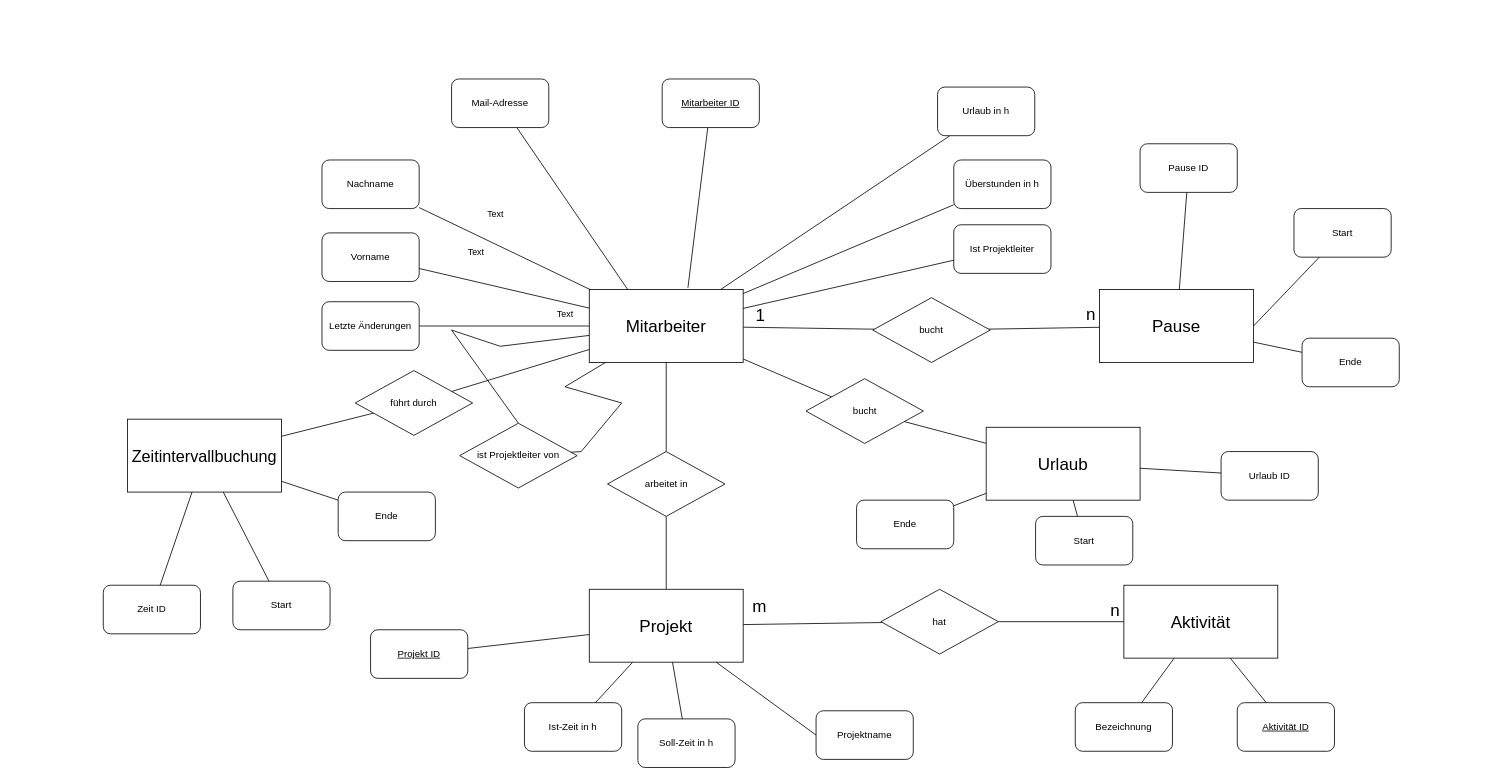
Earlier version of the draw.io diagram Untitled Diagram.drawio (advocatecoding/SoPra_Team12). Source tidied: cells renumbered, new cells numbered last; positions are measured from the earlier drawing's top-left corner, leaving out a move shared by most shapes. Both pictures are drawn from the tidied source at 81%, with x=0, y=0 at pixel (103, 79).
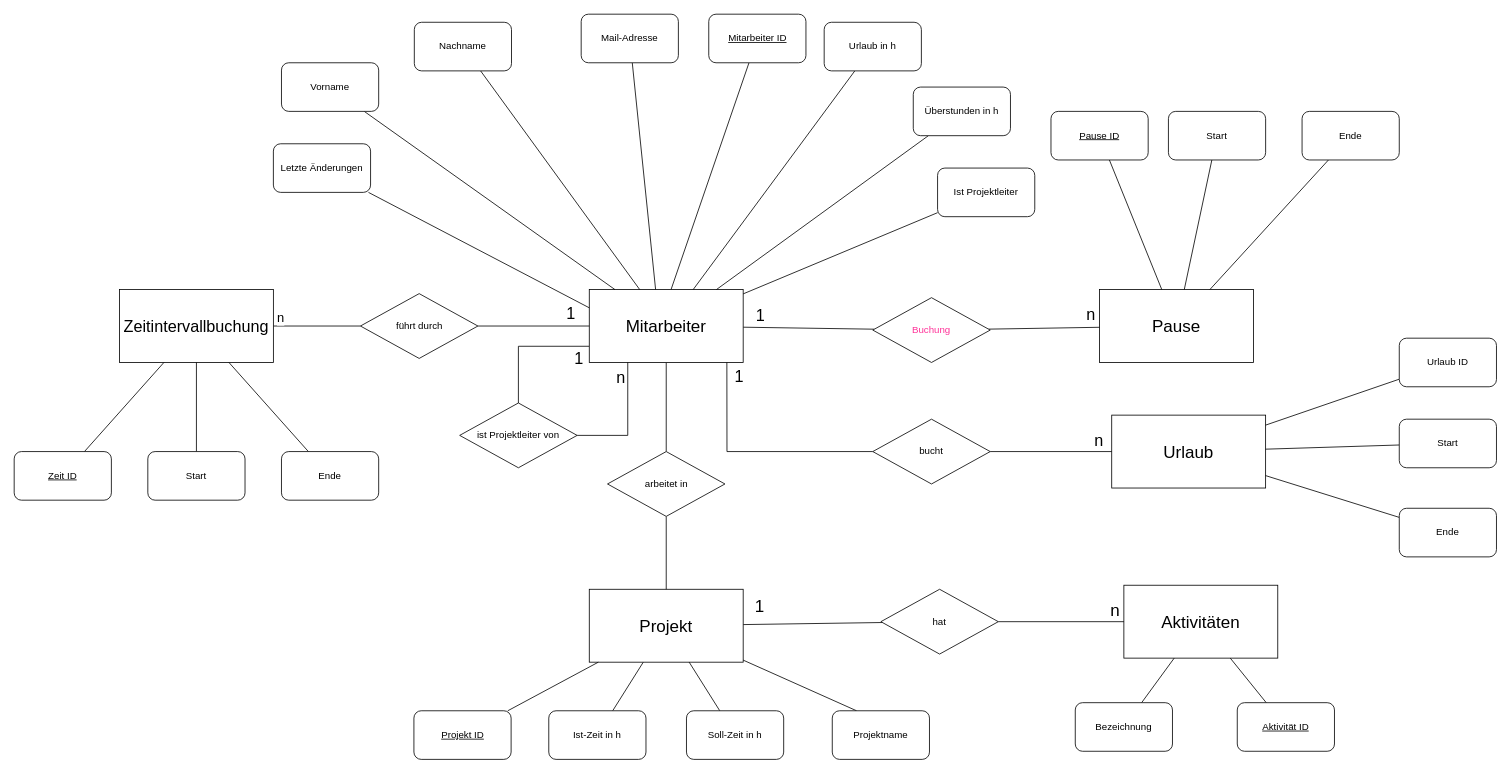
The same diagram, later.

The change refers to these unchanged cells:
```xml
<mxCell id="5" style="edgeStyle=none;rounded=0;jettySize=auto;html=1;fontSize=21;endArrow=none;endFill=0;" parent="1" edge="1" source="9" target="54">
  <mxGeometry relative="1" as="geometry" />
</mxCell>
<mxCell id="8" style="edgeStyle=none;rounded=0;jettySize=auto;html=1;fontSize=20;endArrow=none;endFill=0;startArrow=none;" parent="1" edge="1" source="78" target="71">
  <mxGeometry relative="1" as="geometry" />
</mxCell>
<mxCell id="9" value="&lt;font style=&quot;font-size: 21px&quot;&gt;Mitarbeiter&lt;/font&gt;" style="rounded=0;whiteSpace=wrap;html=1;" parent="1" vertex="1">
  <mxGeometry x="600" y="260" width="190" height="90" as="geometry" />
</mxCell>
<mxCell id="10" style="rounded=0;jettySize=auto;html=1;endArrow=none;endFill=0;" parent="1" edge="1" source="12" target="9">
  <mxGeometry relative="1" as="geometry" />
</mxCell>
<mxCell id="13" style="rounded=0;jettySize=auto;html=1;endArrow=none;endFill=0;" parent="1" edge="1" source="16" target="9">
  <mxGeometry relative="1" as="geometry" />
</mxCell>
<mxCell id="32" style="edgeStyle=none;rounded=0;jettySize=auto;html=1;fontSize=21;endArrow=none;endFill=0;" parent="1" edge="1" source="34" target="47">
  <mxGeometry relative="1" as="geometry" />
</mxCell>
<mxCell id="34" value="&lt;font style=&quot;font-size: 21px&quot;&gt;Projekt&lt;/font&gt;" style="rounded=0;whiteSpace=wrap;html=1;" parent="1" vertex="1">
  <mxGeometry x="600" y="630" width="190" height="90" as="geometry" />
</mxCell>
<mxCell id="37" value="&lt;font style=&quot;font-size: 21px&quot;&gt;Pause&lt;/font&gt;" style="rounded=0;whiteSpace=wrap;html=1;" parent="1" vertex="1">
  <mxGeometry x="1230" y="260" width="190" height="90" as="geometry" />
</mxCell>
<mxCell id="79" style="edgeStyle=none;rounded=0;jettySize=auto;html=1;fontSize=20;endArrow=none;endFill=0;" parent="1" edge="1" source="9" target="78">
  <mxGeometry relative="1" as="geometry" />
</mxCell>
```

Diff of the diagram source:
```diff
@@
-    <mxCell id="2" style="edgeStyle=none;rounded=0;jettySize=auto;html=1;entryX=0.5;entryY=0;entryDx=0;entryDy=0;fontSize=21;endArrow=none;endFill=0;" parent="1" edge="1" source="9" target="28">
-      <mxGeometry relative="1" as="geometry">
-        <Array as="points">
-          <mxPoint x="490" y="330" />
-          <mxPoint x="430" y="310" />
-        </Array>
-      </mxGeometry>
-    </mxCell>
-    <mxCell id="3" style="edgeStyle=none;rounded=0;jettySize=auto;html=1;fontSize=21;endArrow=none;endFill=0;" parent="1" edge="1" source="9" target="28">
-      <mxGeometry relative="1" as="geometry">
-        <Array as="points">
-          <mxPoint x="570" y="380" />
-          <mxPoint x="640" y="400" />
-          <mxPoint x="590" y="460" />
-        </Array>
-      </mxGeometry>
-    </mxCell>
@@
-    <mxCell id="6" value="1" style="edgeLabel;html=1;align=center;verticalAlign=middle;fontSize=21;" parent="5" vertex="1">
+    <mxCell id="6" value="1" style="edgeLabel;html=1;align=center;verticalAlign=middle;fontSize=20;" parent="5" vertex="1">
       <mxGeometry x="-0.51" y="1" relative="1" as="geometry">
         <mxPoint x="-20" y="-16" as="offset" />
       </mxGeometry>
     </mxCell>
-    <mxCell id="7" style="edgeStyle=none;rounded=0;jettySize=auto;html=1;fontSize=21;endArrow=none;endFill=0;" parent="1" edge="1" source="9" target="58">
-      <mxGeometry relative="1" as="geometry" />
+    <mxCell id="7" style="edgeStyle=none;rounded=0;jettySize=auto;html=1;fontSize=21;endArrow=none;endFill=0;exitX=0.894;exitY=0.987;exitDx=0;exitDy=0;exitPerimeter=0;entryX=0;entryY=0.5;entryDx=0;entryDy=0;" parent="1" edge="1" source="9" target="58">
+      <mxGeometry relative="1" as="geometry">
+        <Array as="points">
+          <mxPoint x="770" y="460" />
+        </Array>
+      </mxGeometry>
     </mxCell>
@@
+    <mxCell id="80" value="n" style="edgeLabel;html=1;align=center;verticalAlign=middle;fontSize=16;" parent="8" vertex="1">
+      <mxGeometry x="0.78" y="-1" relative="1" as="geometry">
+        <mxPoint x="-3" y="-10" as="offset" />
+      </mxGeometry>
+    </mxCell>
+    <mxCell id="81" style="edgeStyle=orthogonalEdgeStyle;rounded=0;jettySize=auto;html=1;entryX=0.5;entryY=0;entryDx=0;entryDy=0;endArrow=none;endFill=0;" parent="1" edge="1" source="9" target="28">
+      <mxGeometry relative="1" as="geometry">
+        <Array as="points">
+          <mxPoint x="513" y="330" />
+        </Array>
+      </mxGeometry>
+    </mxCell>
+    <mxCell id="82" value="1" style="edgeLabel;html=1;align=center;verticalAlign=middle;fontSize=20;" parent="81" vertex="1">
+      <mxGeometry x="-0.76" y="1" relative="1" as="geometry">
+        <mxPoint x="5" y="12" as="offset" />
+      </mxGeometry>
+    </mxCell>
@@
-    <mxCell id="11" value="Text" style="edgeLabel;html=1;align=center;verticalAlign=middle;" parent="10" vertex="1">
-      <mxGeometry x="-0.34" y="3" relative="1" as="geometry">
-        <mxPoint y="-34" as="offset" />
-      </mxGeometry>
-    </mxCell>
     <mxCell id="12" value="Vorname" style="rounded=1;whiteSpace=wrap;html=1;" parent="1" vertex="1">
-      <mxGeometry x="270" y="190" width="120" height="60" as="geometry" />
+      <mxGeometry x="220" y="-20" width="120" height="60" as="geometry" />
     </mxCell>
@@
-    <mxCell id="14" value="Text" style="edgeLabel;html=1;align=center;verticalAlign=middle;" parent="13" vertex="1">
-      <mxGeometry x="-0.34" y="3" relative="1" as="geometry">
-        <mxPoint x="23" y="-23" as="offset" />
-      </mxGeometry>
-    </mxCell>
-    <mxCell id="15" value="Text" style="edgeLabel;html=1;align=center;verticalAlign=middle;" parent="13" vertex="1">
-      <mxGeometry x="0.23" y="-2" relative="1" as="geometry">
-        <mxPoint x="51" y="67" as="offset" />
-      </mxGeometry>
-    </mxCell>
     <mxCell id="16" value="Nachname" style="rounded=1;whiteSpace=wrap;html=1;" parent="1" vertex="1">
-      <mxGeometry x="270" y="100" width="120" height="60" as="geometry" />
+      <mxGeometry x="384" y="-70" width="120" height="60" as="geometry" />
     </mxCell>
-    <mxCell id="17" style="edgeStyle=none;rounded=0;jettySize=auto;html=1;entryX=0.25;entryY=0;entryDx=0;entryDy=0;endArrow=none;endFill=0;" parent="1" edge="1" source="18" target="9">
+    <mxCell id="17" style="edgeStyle=none;rounded=0;jettySize=auto;html=1;entryX=0.431;entryY=-0.001;entryDx=0;entryDy=0;endArrow=none;endFill=0;entryPerimeter=0;" parent="1" edge="1" source="18" target="9">
       <mxGeometry relative="1" as="geometry" />
     </mxCell>
     <mxCell id="18" value="Mail-Adresse" style="rounded=1;whiteSpace=wrap;html=1;" parent="1" vertex="1">
-      <mxGeometry x="430" width="120" height="60" as="geometry" />
+      <mxGeometry x="590" y="-80" width="120" height="60" as="geometry" />
     </mxCell>
-    <mxCell id="19" style="edgeStyle=none;rounded=0;jettySize=auto;html=1;entryX=0.641;entryY=-0.024;entryDx=0;entryDy=0;endArrow=none;endFill=0;entryPerimeter=0;" parent="1" edge="1" source="20" target="9">
+    <mxCell id="19" style="edgeStyle=none;rounded=0;jettySize=auto;html=1;entryX=0.532;entryY=-0.004;entryDx=0;entryDy=0;endArrow=none;endFill=0;entryPerimeter=0;" parent="1" edge="1" source="20" target="9">
       <mxGeometry relative="1" as="geometry" />
     </mxCell>
     <mxCell id="20" value="&lt;u&gt;Mitarbeiter ID&lt;/u&gt;" style="rounded=1;whiteSpace=wrap;html=1;" parent="1" vertex="1">
-      <mxGeometry x="690" width="120" height="60" as="geometry" />
+      <mxGeometry x="747.5" y="-80" width="120" height="60" as="geometry" />
     </mxCell>
@@
     <mxCell id="22" value="Urlaub in h" style="rounded=1;whiteSpace=wrap;html=1;" parent="1" vertex="1">
-      <mxGeometry x="1030" y="10" width="120" height="60" as="geometry" />
+      <mxGeometry x="890" y="-70" width="120" height="60" as="geometry" />
     </mxCell>
@@
     <mxCell id="24" value="Überstunden in h" style="rounded=1;whiteSpace=wrap;html=1;" parent="1" vertex="1">
-      <mxGeometry x="1050" y="100" width="120" height="60" as="geometry" />
+      <mxGeometry x="1000" y="10" width="120" height="60" as="geometry" />
     </mxCell>
-    <mxCell id="25" style="edgeStyle=none;rounded=0;jettySize=auto;html=1;entryX=0;entryY=0.5;entryDx=0;entryDy=0;endArrow=none;endFill=0;" parent="1" edge="1" source="26" target="9">
+    <mxCell id="25" style="edgeStyle=none;rounded=0;jettySize=auto;html=1;entryX=0;entryY=0.25;entryDx=0;entryDy=0;endArrow=none;endFill=0;" parent="1" edge="1" source="26" target="9">
       <mxGeometry relative="1" as="geometry" />
     </mxCell>
     <mxCell id="26" value="Letzte Änderungen" style="rounded=1;whiteSpace=wrap;html=1;" parent="1" vertex="1">
-      <mxGeometry x="270" y="275" width="120" height="60" as="geometry" />
+      <mxGeometry x="210" y="80" width="120" height="60" as="geometry" />
     </mxCell>
@@
+    <mxCell id="83" style="edgeStyle=orthogonalEdgeStyle;rounded=0;jettySize=auto;html=1;entryX=0.25;entryY=1;entryDx=0;entryDy=0;endArrow=none;endFill=0;exitX=1;exitY=0.5;exitDx=0;exitDy=0;" parent="1" edge="1" source="28" target="9">
+      <mxGeometry relative="1" as="geometry">
+        <Array as="points">
+          <mxPoint x="648" y="440" />
+          <mxPoint x="648" y="350" />
+        </Array>
+      </mxGeometry>
+    </mxCell>
+    <mxCell id="84" value="n" style="edgeLabel;html=1;align=center;verticalAlign=middle;fontSize=20;" parent="83" vertex="1">
+      <mxGeometry x="0.02" y="-1" relative="1" as="geometry">
+        <mxPoint x="-10" y="-57" as="offset" />
+      </mxGeometry>
+    </mxCell>
     <mxCell id="28" value="ist Projektleiter von" style="rhombus;whiteSpace=wrap;html=1;rounded=0;" parent="1" vertex="1">
-      <mxGeometry x="440" y="425" width="145" height="80" as="geometry" />
+      <mxGeometry x="440" y="400" width="145" height="80" as="geometry" />
     </mxCell>
@@
     <mxCell id="30" value="Ist Projektleiter" style="rounded=1;whiteSpace=wrap;html=1;" parent="1" vertex="1">
-      <mxGeometry x="1050" y="180" width="120" height="60" as="geometry" />
+      <mxGeometry x="1030" y="110" width="120" height="60" as="geometry" />
     </mxCell>
@@
-    <mxCell id="33" value="m" style="edgeLabel;html=1;align=center;verticalAlign=middle;fontSize=21;" parent="32" vertex="1">
+    <mxCell id="33" value="1" style="edgeLabel;html=1;align=center;verticalAlign=middle;fontSize=21;" parent="32" vertex="1">
       <mxGeometry x="-0.02" y="2" relative="1" as="geometry">
         <mxPoint x="-64" y="-20" as="offset" />
       </mxGeometry>
     </mxCell>
@@
     <mxCell id="39" value="&lt;u&gt;Projekt ID&lt;/u&gt;" style="rounded=1;whiteSpace=wrap;html=1;" parent="1" vertex="1">
-      <mxGeometry x="330" y="680" width="120" height="60" as="geometry" />
+      <mxGeometry x="383.5" y="780" width="120" height="60" as="geometry" />
     </mxCell>
     <mxCell id="40" value="Ist-Zeit in h" style="rounded=1;whiteSpace=wrap;html=1;" parent="1" vertex="1">
-      <mxGeometry x="520" y="770" width="120" height="60" as="geometry" />
+      <mxGeometry x="550" y="780" width="120" height="60" as="geometry" />
     </mxCell>
@@
     <mxCell id="42" value="Soll-Zeit in h" style="rounded=1;whiteSpace=wrap;html=1;" parent="1" vertex="1">
-      <mxGeometry x="660" y="790" width="120" height="60" as="geometry" />
+      <mxGeometry x="720" y="780" width="120" height="60" as="geometry" />
     </mxCell>
-    <mxCell id="43" style="edgeStyle=none;rounded=0;jettySize=auto;html=1;fontSize=21;endArrow=none;endFill=0;exitX=0;exitY=0.5;exitDx=0;exitDy=0;" parent="1" edge="1" source="44" target="34">
+    <mxCell id="43" style="edgeStyle=none;rounded=0;jettySize=auto;html=1;fontSize=21;endArrow=none;endFill=0;exitX=0.25;exitY=0;exitDx=0;exitDy=0;" parent="1" edge="1" source="44" target="34">
       <mxGeometry relative="1" as="geometry" />
     </mxCell>
     <mxCell id="44" value="Projektname" style="rounded=1;whiteSpace=wrap;html=1;" parent="1" vertex="1">
-      <mxGeometry x="880" y="780" width="120" height="60" as="geometry" />
+      <mxGeometry x="900" y="780" width="120" height="60" as="geometry" />
     </mxCell>
-    <mxCell id="45" value="&lt;font style=&quot;font-size: 21px&quot;&gt;Aktivität&lt;/font&gt;" style="rounded=0;whiteSpace=wrap;html=1;" parent="1" vertex="1">
+    <mxCell id="45" value="&lt;font style=&quot;font-size: 21px&quot;&gt;Aktivitäten&lt;/font&gt;" style="rounded=0;whiteSpace=wrap;html=1;" parent="1" vertex="1">
       <mxGeometry x="1260" y="625" width="190" height="90" as="geometry" />
     </mxCell>
@@
-    <mxCell id="54" value="bucht" style="rhombus;whiteSpace=wrap;html=1;rounded=0;" parent="1" vertex="1">
+    <mxCell id="54" value="&lt;font color=&quot;#ff3399&quot;&gt;Buchung&lt;/font&gt;" style="rhombus;whiteSpace=wrap;html=1;rounded=0;" parent="1" vertex="1">
       <mxGeometry x="950" y="270" width="145" height="80" as="geometry" />
     </mxCell>
-    <mxCell id="55" value="n" style="edgeLabel;html=1;align=center;verticalAlign=middle;fontSize=21;" parent="1" vertex="1">
+    <mxCell id="55" value="n" style="edgeLabel;html=1;align=center;verticalAlign=middle;fontSize=20;" parent="1" vertex="1">
       <mxGeometry x="1220" y="295" as="geometry">
         <mxPoint x="-2" y="-6" as="offset" />
       </mxGeometry>
     </mxCell>
     <mxCell id="56" value="&lt;font style=&quot;font-size: 21px&quot;&gt;Urlaub&lt;/font&gt;" style="rounded=0;whiteSpace=wrap;html=1;" parent="1" vertex="1">
-      <mxGeometry x="1090" y="430" width="190" height="90" as="geometry" />
+      <mxGeometry x="1245" y="415" width="190" height="90" as="geometry" />
     </mxCell>
@@
     <mxCell id="58" value="bucht" style="rhombus;whiteSpace=wrap;html=1;rounded=0;" parent="1" vertex="1">
-      <mxGeometry x="867.5" y="370" width="145" height="80" as="geometry" />
+      <mxGeometry x="950" y="420" width="145" height="80" as="geometry" />
     </mxCell>
@@
-    <mxCell id="60" value="Pause ID" style="rounded=1;whiteSpace=wrap;html=1;" parent="1" vertex="1">
-      <mxGeometry x="1280" y="80" width="120" height="60" as="geometry" />
+    <mxCell id="60" value="&lt;u&gt;Pause ID&lt;/u&gt;" style="rounded=1;whiteSpace=wrap;html=1;" parent="1" vertex="1">
+      <mxGeometry x="1170" y="40" width="120" height="60" as="geometry" />
     </mxCell>
-    <mxCell id="61" style="edgeStyle=none;rounded=0;jettySize=auto;html=1;entryX=1;entryY=0.5;entryDx=0;entryDy=0;fontSize=21;endArrow=none;endFill=0;" parent="1" edge="1" source="62" target="37">
+    <mxCell id="61" style="edgeStyle=none;rounded=0;jettySize=auto;html=1;fontSize=21;endArrow=none;endFill=0;" parent="1" edge="1" source="62" target="37">
       <mxGeometry relative="1" as="geometry" />
     </mxCell>
     <mxCell id="62" value="Start" style="rounded=1;whiteSpace=wrap;html=1;" parent="1" vertex="1">
-      <mxGeometry x="1470" y="160" width="120" height="60" as="geometry" />
+      <mxGeometry x="1315" y="40" width="120" height="60" as="geometry" />
     </mxCell>
@@
     <mxCell id="64" value="Ende" style="rounded=1;whiteSpace=wrap;html=1;" parent="1" vertex="1">
-      <mxGeometry x="1480" y="320" width="120" height="60" as="geometry" />
+      <mxGeometry x="1480" y="40" width="120" height="60" as="geometry" />
     </mxCell>
@@
     <mxCell id="66" value="Urlaub ID" style="rounded=1;whiteSpace=wrap;html=1;" parent="1" vertex="1">
-      <mxGeometry x="1380" y="460" width="120" height="60" as="geometry" />
+      <mxGeometry x="1600" y="320" width="120" height="60" as="geometry" />
     </mxCell>
@@
     <mxCell id="68" value="Start" style="rounded=1;whiteSpace=wrap;html=1;" parent="1" vertex="1">
-      <mxGeometry x="1151" y="540" width="120" height="60" as="geometry" />
+      <mxGeometry x="1600" y="420" width="120" height="60" as="geometry" />
     </mxCell>
@@
     <mxCell id="70" value="Ende" style="rounded=1;whiteSpace=wrap;html=1;" parent="1" vertex="1">
-      <mxGeometry x="930" y="520" width="120" height="60" as="geometry" />
+      <mxGeometry x="1600" y="530" width="120" height="60" as="geometry" />
     </mxCell>
     <mxCell id="71" value="&lt;font style=&quot;font-size: 20px&quot;&gt;Zeitintervallbuchung&lt;/font&gt;" style="rounded=0;whiteSpace=wrap;html=1;" parent="1" vertex="1">
-      <mxGeometry x="30" y="420" width="190" height="90" as="geometry" />
+      <mxGeometry x="20" y="260" width="190" height="90" as="geometry" />
     </mxCell>
@@
-    <mxCell id="73" value="Zeit ID" style="rounded=1;whiteSpace=wrap;html=1;" parent="1" vertex="1">
-      <mxGeometry y="625" width="120" height="60" as="geometry" />
+    <mxCell id="73" value="&lt;u&gt;Zeit ID&lt;/u&gt;" style="rounded=1;whiteSpace=wrap;html=1;" parent="1" vertex="1">
+      <mxGeometry x="-110" y="460" width="120" height="60" as="geometry" />
     </mxCell>
@@
     <mxCell id="75" value="Start" style="rounded=1;whiteSpace=wrap;html=1;" parent="1" vertex="1">
-      <mxGeometry x="160" y="620" width="120" height="60" as="geometry" />
+      <mxGeometry x="55" y="460" width="120" height="60" as="geometry" />
     </mxCell>
@@
     <mxCell id="77" value="Ende" style="rounded=1;whiteSpace=wrap;html=1;" parent="1" vertex="1">
-      <mxGeometry x="290" y="510" width="120" height="60" as="geometry" />
+      <mxGeometry x="220" y="460" width="120" height="60" as="geometry" />
     </mxCell>
     <mxCell id="78" value="führt durch" style="rhombus;whiteSpace=wrap;html=1;rounded=0;" parent="1" vertex="1">
-      <mxGeometry x="311" y="360" width="145" height="80" as="geometry" />
+      <mxGeometry x="317.5" y="265" width="145" height="80" as="geometry" />
     </mxCell>
@@
+    <mxCell id="85" value="1" style="edgeLabel;html=1;align=center;verticalAlign=middle;fontSize=20;" parent="79" vertex="1">
+      <mxGeometry x="-0.55" relative="1" as="geometry">
+        <mxPoint x="7" y="-17" as="offset" />
+      </mxGeometry>
+    </mxCell>
+    <mxCell id="86" value="1" style="edgeLabel;html=1;align=center;verticalAlign=middle;fontSize=20;" parent="1" vertex="1">
+      <mxGeometry x="784" y="366" as="geometry" />
+    </mxCell>
+    <mxCell id="87" value="n" style="edgeLabel;html=1;align=center;verticalAlign=middle;fontSize=20;" parent="1" vertex="1">
+      <mxGeometry x="1230" y="450" as="geometry">
+        <mxPoint x="-2" y="-6" as="offset" />
+      </mxGeometry>
+    </mxCell>
```
